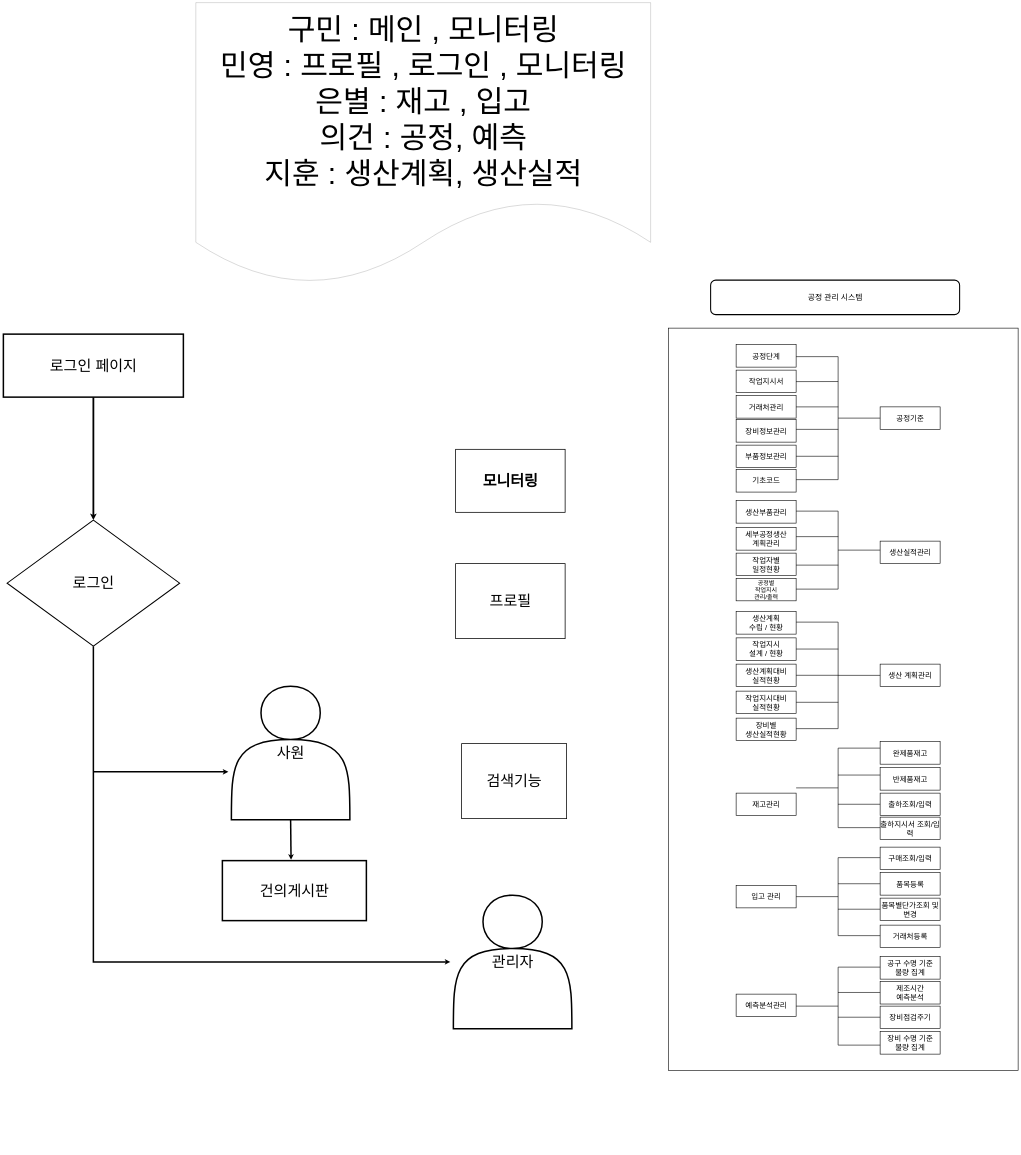
Above: 민영.drawio in JRiho/alphaknow-project1 (draw.io), before the change. Source tidied: cells renumbered, new cells numbered last; positions are measured from the earlier drawing's top-left corner, leaving out a move shared by most shapes. Both pictures are drawn from the tidied source at 15%, with x=0, y=0 at pixel (3, 3).
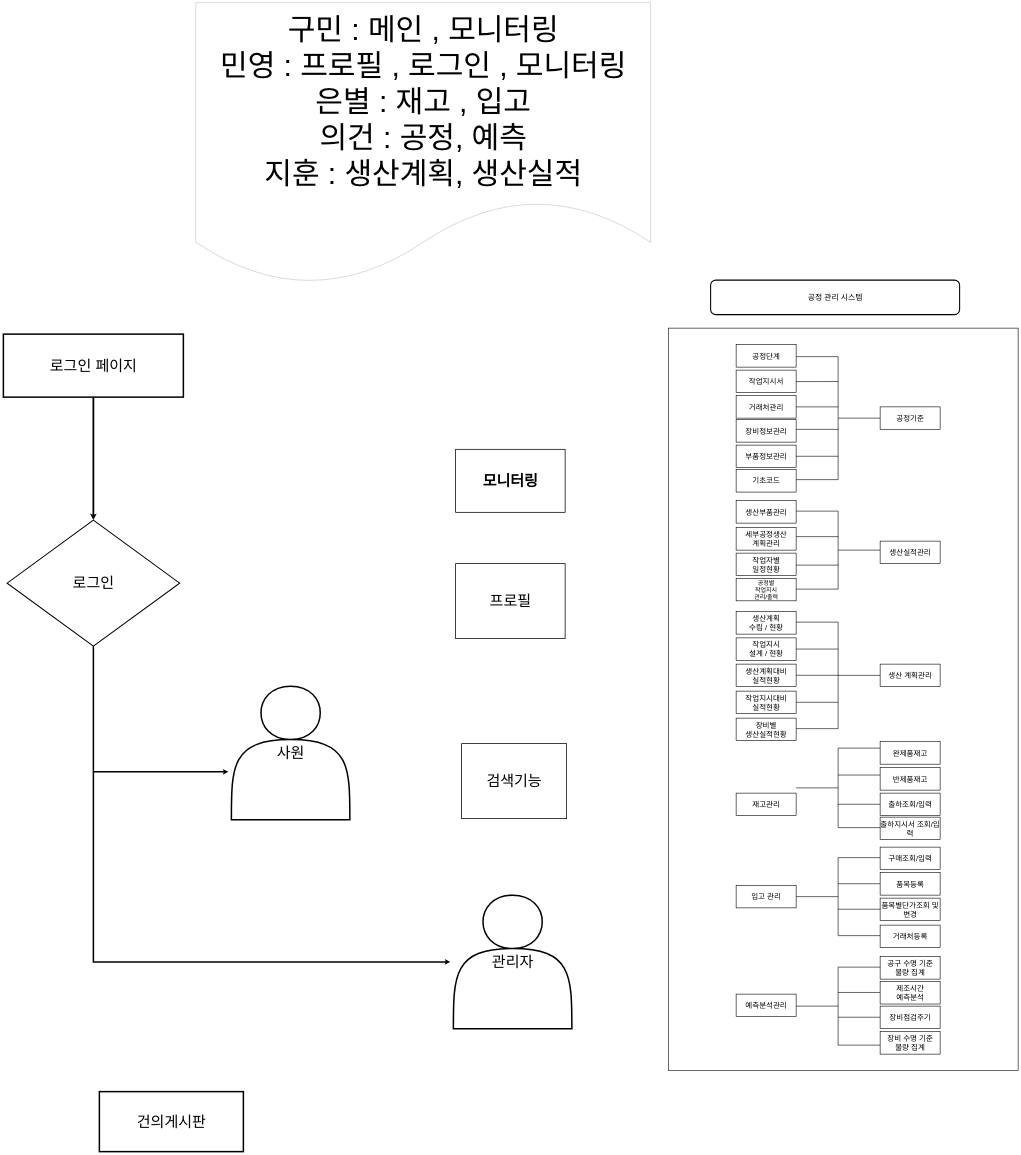
The same diagram, later.

Commit message (it also covers changes not shown here):
민영.drawio 업데이트

The change refers to these unchanged cells:
```xml
<mxCell id="70" value="사원" style="shape=actor;whiteSpace=wrap;html=1;fontSize=100;strokeWidth=10;" parent="1" vertex="1">
  <mxGeometry x="1520" y="4557" width="790" height="890" as="geometry" />
</mxCell>
```

Diff of the diagram source:
```diff
@@
     <mxCell id="77" value="건의게시판" style="text;html=1;strokeColor=default;fillColor=none;align=center;verticalAlign=middle;whiteSpace=wrap;rounded=0;strokeWidth=10;fontSize=100;" parent="1" vertex="1">
-      <mxGeometry x="1460" y="5720" width="960" height="400" as="geometry" />
+      <mxGeometry x="640" y="7260" width="960" height="400" as="geometry" />
     </mxCell>
-    <mxCell id="78" style="endArrow=classic;html=1;rounded=0;strokeWidth=10;exitX=0.5;exitY=1;exitDx=0;exitDy=0;entryX=0.477;entryY=-0.014;entryDx=0;entryDy=0;entryPerimeter=0;" parent="1" edge="1" source="70" target="77">
-      <mxGeometry relative="1" as="geometry" />
-    </mxCell>
```
